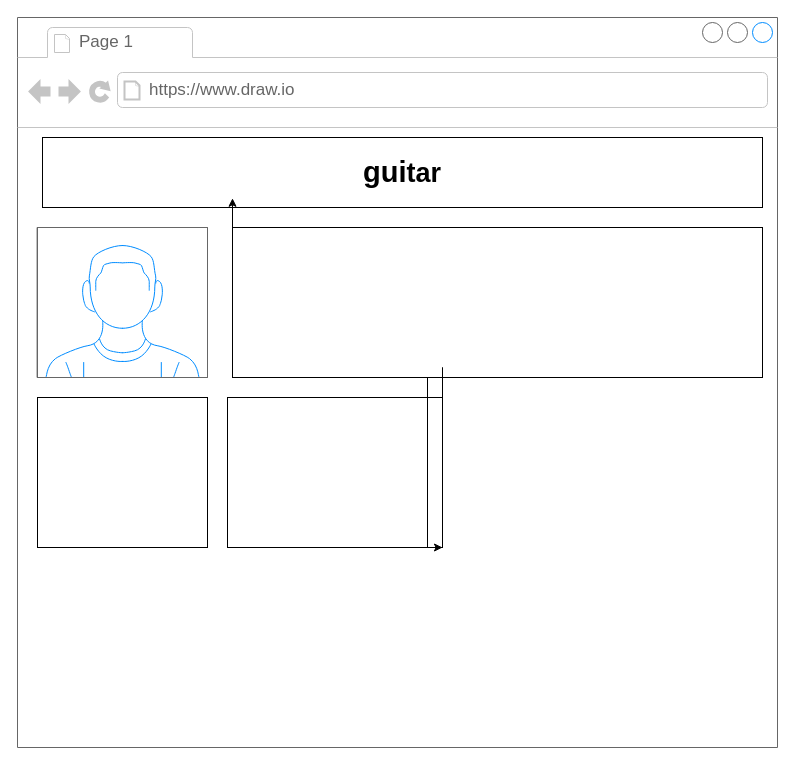
Earlier version of the draw.io diagram wireframe.drawio (ASDAH-Digtal/18734-isabelle-tau). Source tidied: cells renumbered, new cells numbered last; positions are measured from the earlier drawing's top-left corner, leaving out a move shared by most shapes. Both pictures are drawn from the tidied source at 100%, with x=0, y=0 at pixel (17, 17).
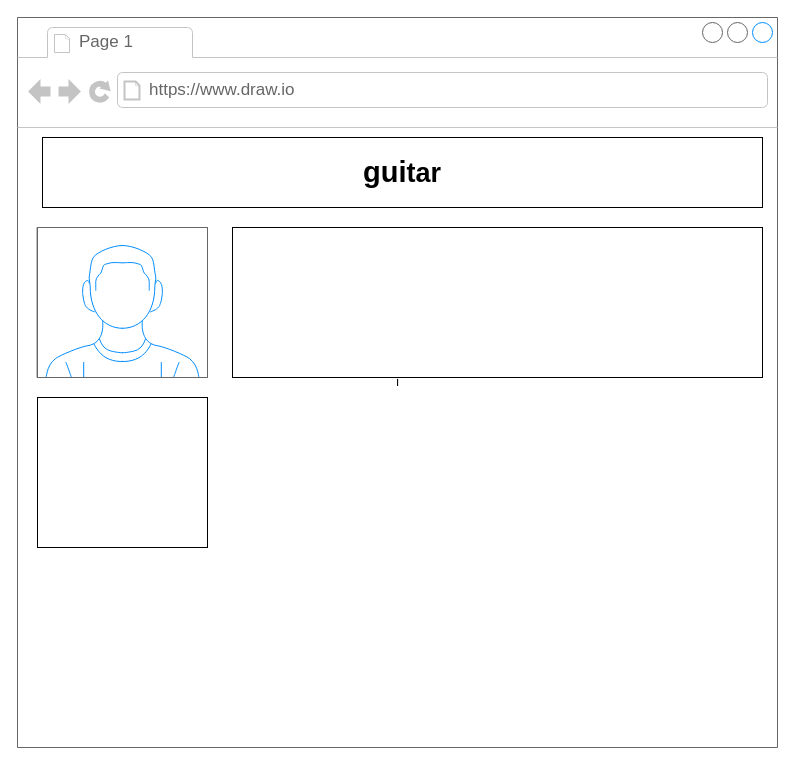
Above is the later version.

Unchanged cells that the change refers to:
```xml
<mxCell id="12" style="rounded=0;whiteSpace=wrap;html=1;" parent="2" vertex="1">
  <mxGeometry x="215" y="210" width="530" height="150" as="geometry" />
</mxCell>
```

The edit, as a diff of the source:
```diff
@@
-    <mxCell id="2" style="strokeWidth=1;shadow=0;dashed=0;align=center;html=1;shape=mxgraph.mockup.containers.browserWindow;rSize=0;strokeColor=#666666;strokeColor2=#008cff;strokeColor3=#c4c4c4;mainText=,;" parent="1" vertex="1">
+    <mxCell id="2" value="i" style="strokeWidth=1;shadow=0;dashed=0;align=center;html=1;shape=mxgraph.mockup.containers.browserWindow;rSize=0;strokeColor=#666666;strokeColor2=#008cff;strokeColor3=#c4c4c4;mainText=,;" parent="1" vertex="1">
       <mxGeometry width="760" height="730" as="geometry" />
     </mxCell>
@@
-    <mxCell id="6" style="rounded=0;whiteSpace=wrap;html=1;" parent="2" vertex="1">
-      <mxGeometry x="210" y="380" width="215" height="150" as="geometry" />
-    </mxCell>
@@
-    <mxCell id="8" style="edgeStyle=orthogonalEdgeStyle;rounded=0;jettySize=auto;html=1;exitX=0;exitY=0.5;exitDx=0;exitDy=0;" parent="2" edge="1" source="12" target="2">
-      <mxGeometry relative="1" as="geometry">
-        <Array as="points">
-          <mxPoint x="330" y="410" />
-          <mxPoint x="330" y="410" />
-        </Array>
-      </mxGeometry>
-    </mxCell>
@@
-    <mxCell id="10" style="edgeStyle=orthogonalEdgeStyle;rounded=0;jettySize=auto;html=1;exitX=1;exitY=0.5;exitDx=0;exitDy=0;startArrow=none;entryX=1;entryY=1;entryDx=0;entryDy=0;" parent="2" edge="1" source="12" target="6">
-      <mxGeometry relative="1" as="geometry">
-        <Array as="points">
-          <mxPoint x="745" y="210" />
-          <mxPoint x="410" y="210" />
-          <mxPoint x="410" y="530" />
-        </Array>
-      </mxGeometry>
-    </mxCell>
-    <mxCell id="11" style="edgeStyle=orthogonalEdgeStyle;rounded=0;orthogonalLoop=1;jettySize=auto;html=1;entryX=1;entryY=0.5;entryDx=0;entryDy=0;" parent="2" edge="1" source="6" target="6">
-      <mxGeometry relative="1" as="geometry">
-        <Array as="points">
-          <mxPoint x="390" y="400" />
-          <mxPoint x="390" y="400" />
-        </Array>
-      </mxGeometry>
-    </mxCell>
@@
-    <mxCell id="13" style="edgeStyle=orthogonalEdgeStyle;rounded=0;orthogonalLoop=1;jettySize=auto;html=1;exitX=1;exitY=0.5;exitDx=0;exitDy=0;endArrow=none;" parent="2" edge="1" source="6" target="6">
-      <mxGeometry relative="1" as="geometry">
-        <Array as="points">
-          <mxPoint x="425" y="350" />
-          <mxPoint x="425" y="350" />
-        </Array>
-      </mxGeometry>
-    </mxCell>
```
